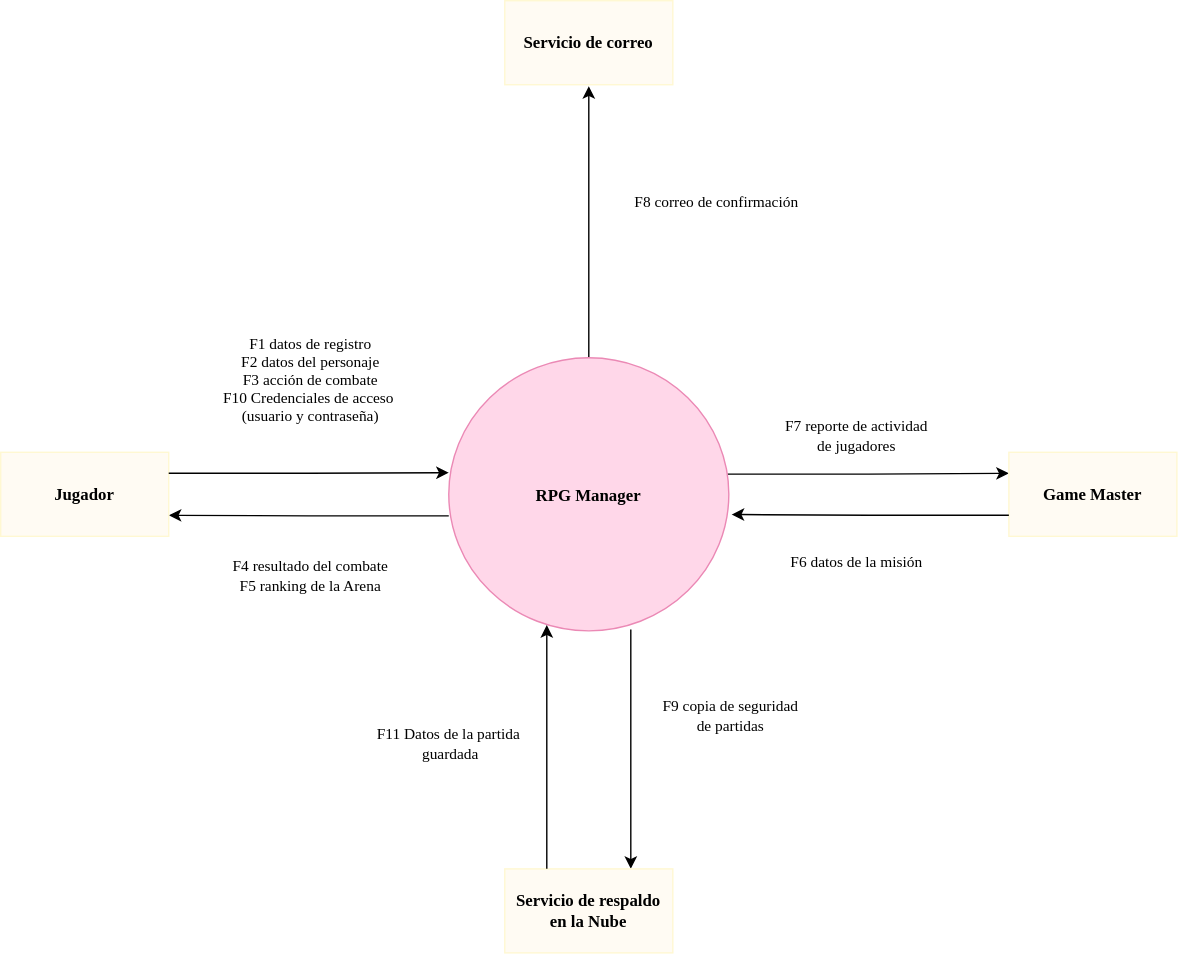
Before: diagramas-drawio/01_contexto_rpg.drawio.svg, a diagram exported from draw.io (stephannynayleth01-coder/DRAW.IO_AS). Source tidied: cells renumbered, new cells last; positions are measured from the earlier drawing's top-left corner, leaving out a move shared by most shapes.
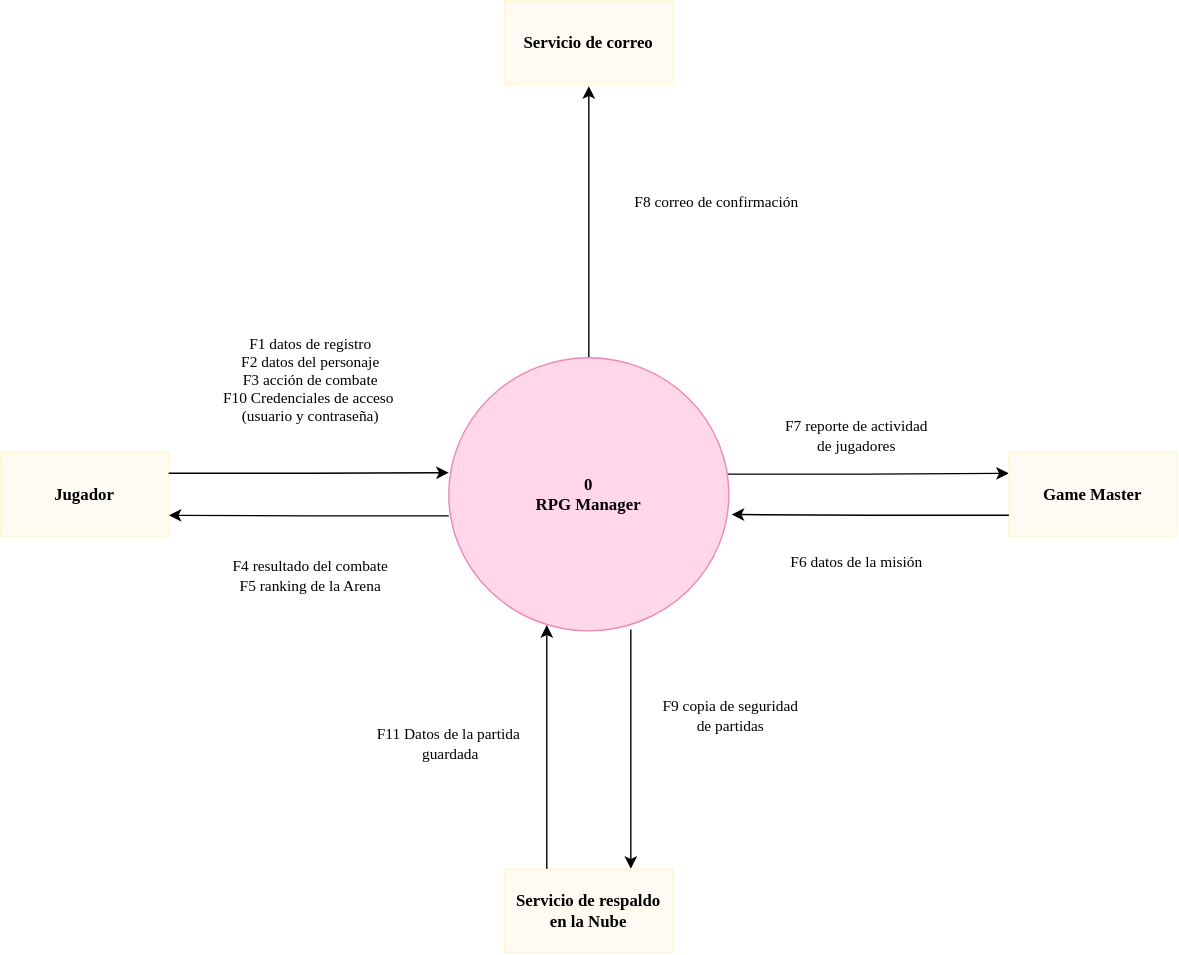
The same diagram one commit later.

Diff of the diagram source:
```diff
@@ -16,7 +16,7 @@
     <mxCell id="5" style="edgeStyle=orthogonalEdgeStyle;rounded=0;jettySize=auto;html=1;exitX=0.65;exitY=0.995;exitDx=0;exitDy=0;entryX=0.75;entryY=0;entryDx=0;entryDy=0;defaultLabelBackgroundColor=page;exitPerimeter=0;" parent="1" edge="1" source="6" target="9">
       <mxGeometry relative="1" as="geometry" />
     </mxCell>
-    <mxCell id="6" value="&lt;font face=&quot;Georgia&quot;&gt;&lt;b&gt;RPG Manager&lt;/b&gt;&lt;/font&gt;" style="ellipse;whiteSpace=wrap;html=1;shapeInside=1;fillColor=#FFD7E9;strokeColor=#EB89B5;" parent="1" vertex="1">
+    <mxCell id="6" value="&lt;font face=&quot;Georgia&quot;&gt;&lt;b&gt;0&lt;/b&gt;&lt;/font&gt;&lt;div&gt;&lt;font face=&quot;Georgia&quot;&gt;&lt;b&gt;RPG Manager&lt;/b&gt;&lt;/font&gt;&lt;/div&gt;" style="ellipse;whiteSpace=wrap;html=1;shapeInside=1;fillColor=#FFD7E9;strokeColor=#EB89B5;" parent="1" vertex="1">
       <mxGeometry x="320" y="255" width="200" height="195" as="geometry" />
     </mxCell>
     <mxCell id="7" value="&lt;font face=&quot;Georgia&quot;&gt;&lt;b&gt;Jugador&lt;/b&gt;&lt;/font&gt;" style="rounded=0;whiteSpace=wrap;html=1;fillColor=#FFFBF3;strokeColor=#FFF8D2;" parent="1" vertex="1">
```
